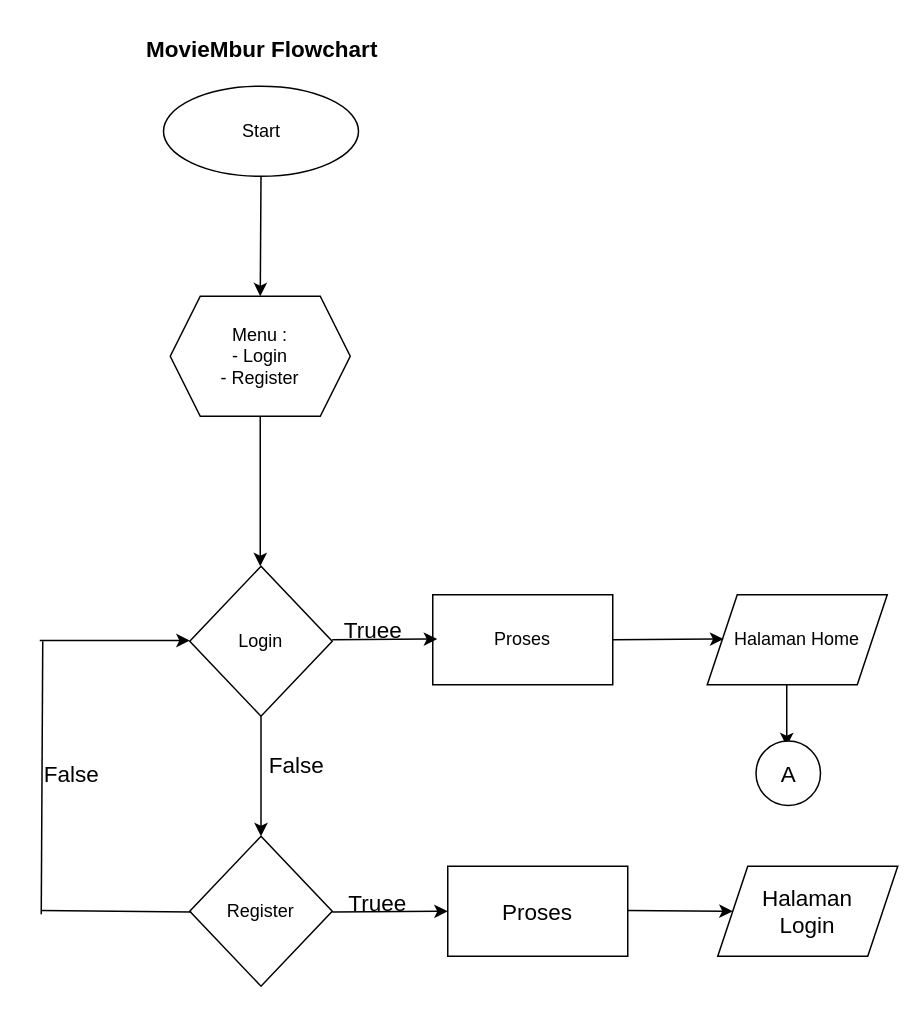
This is page "Page-1" (1 of 6) of src/assets/Flowchart React/Uas_React Fadllan_Rizky.drawio from FadllanRizky/uas_fadllan, a draw.io file, before an edit. Source tidied: cells renumbered, new cells numbered last; positions are measured from the earlier drawing's top-left corner, leaving out a move shared by most shapes. Both pictures are drawn from the tidied source at 150%, with x=0, y=0 at pixel (26, 26).
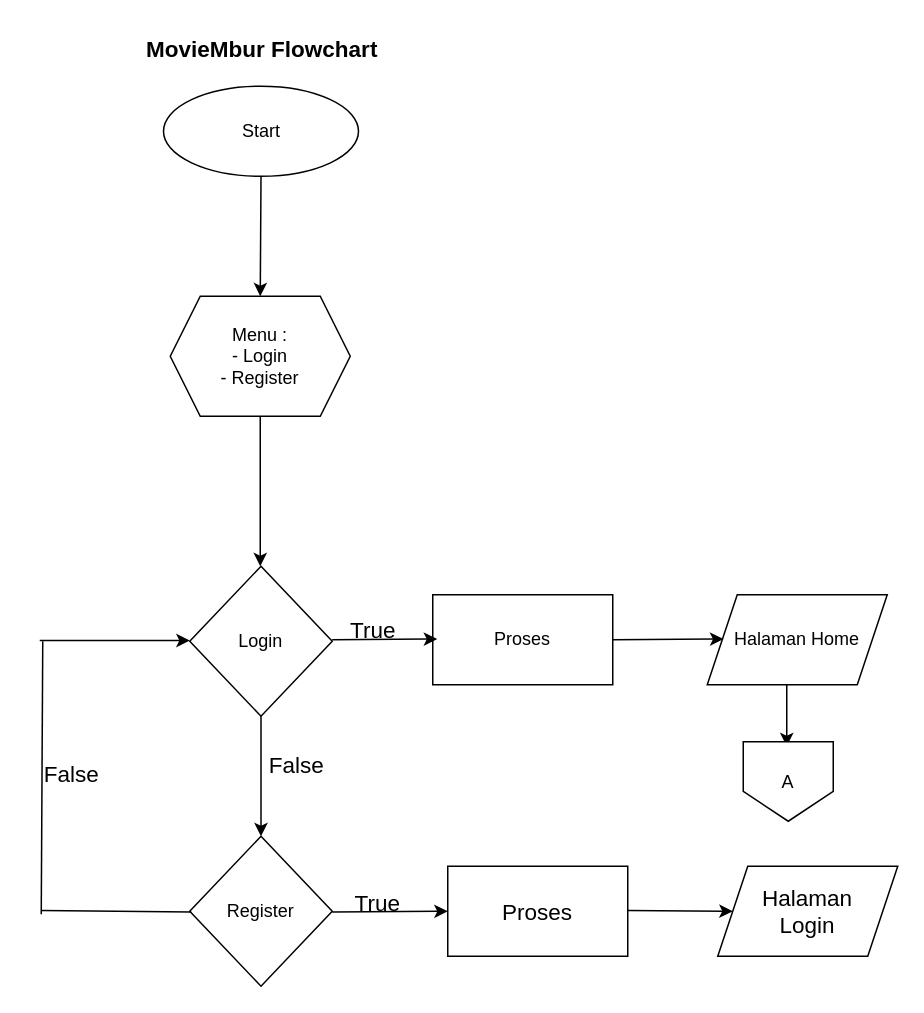
The same page after the edit.

The edit, as a diff of the source:
```diff
@@
-    <mxCell id="14" value="Truee" style="text;html=1;align=center;verticalAlign=middle;strokeColor=none;fillColor=none;fontSize=15;" parent="1" vertex="1">
-      <mxGeometry x="201" y="387" width="60" height="30" as="geometry" />
+    <mxCell id="14" value="True" style="text;html=1;align=center;verticalAlign=middle;strokeColor=none;fillColor=none;fontSize=15;" parent="1" vertex="1">
+      <mxGeometry x="206" y="387" width="50" height="30" as="geometry" />
     </mxCell>
@@
-    <mxCell id="20" value="Truee" style="text;html=1;align=center;verticalAlign=middle;strokeColor=none;fillColor=none;fontSize=15;" parent="1" vertex="1">
-      <mxGeometry x="204" y="569" width="60" height="30" as="geometry" />
+    <mxCell id="20" value="True" style="text;html=1;align=center;verticalAlign=middle;strokeColor=none;fillColor=none;fontSize=15;" parent="1" vertex="1">
+      <mxGeometry x="209" y="569" width="50" height="30" as="geometry" />
     </mxCell>
@@
-    <mxCell id="26" value="A" style="ellipse;whiteSpace=wrap;html=1;strokeWidth=1;fontSize=15;" parent="1" vertex="1">
-      <mxGeometry x="486.5" y="476.5" width="43" height="43" as="geometry" />
+    <mxCell id="26" value="A" style="shape=offPageConnector;whiteSpace=wrap;html=1;" parent="1" vertex="1">
+      <mxGeometry x="478" y="477" width="60" height="53" as="geometry" />
     </mxCell>
```
